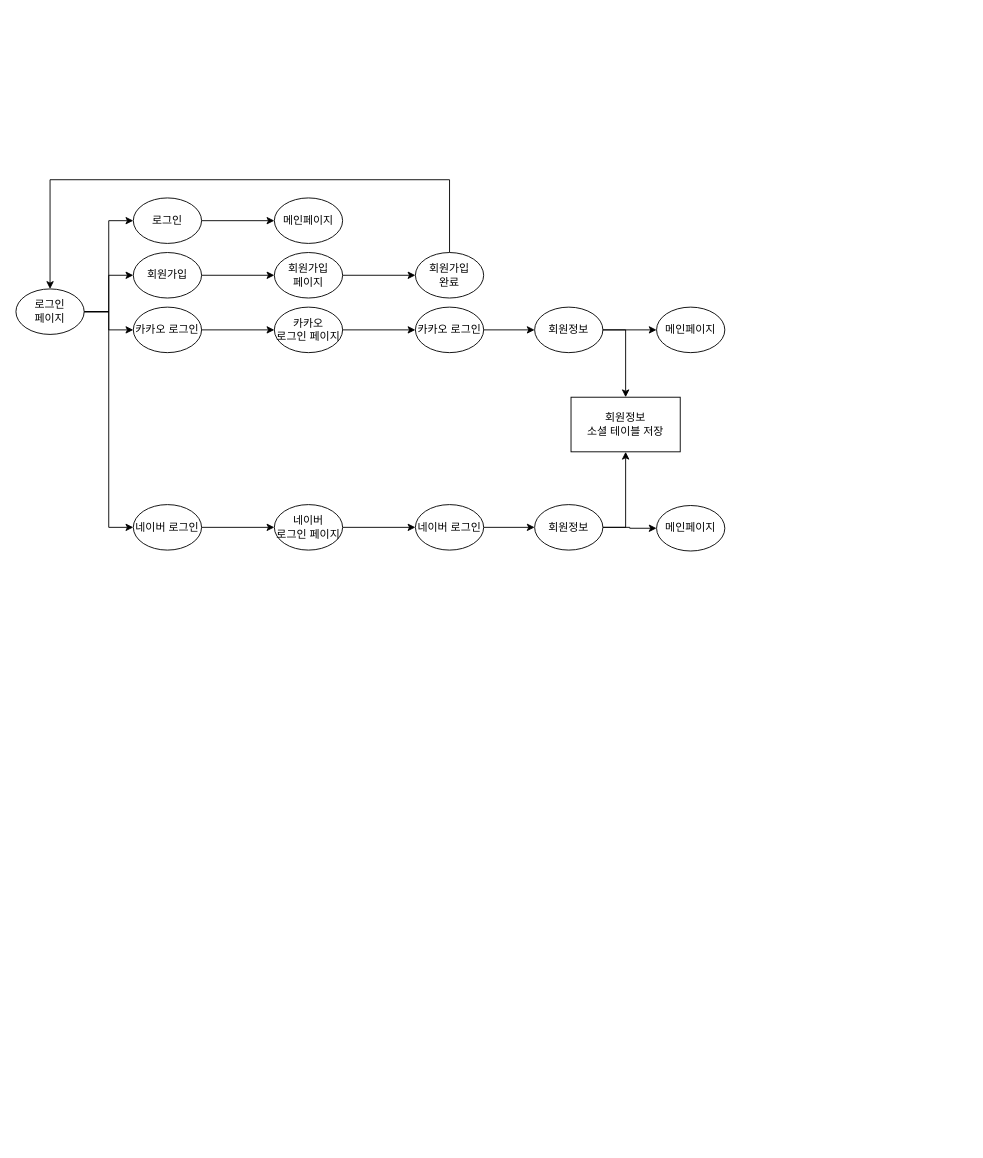
xxxx-jeung/diddenUml keeps this draw.io diagram as page "소셜 로그인" (2 of 5) of didden.drawio. Above is the earlier version. Source tidied: cells renumbered, new cells numbered last; positions are measured from the earlier drawing's top-left corner, leaving out a move shared by most shapes. Both pictures are drawn from the tidied source at 91%, with x=0, y=0 at pixel (15, 179).
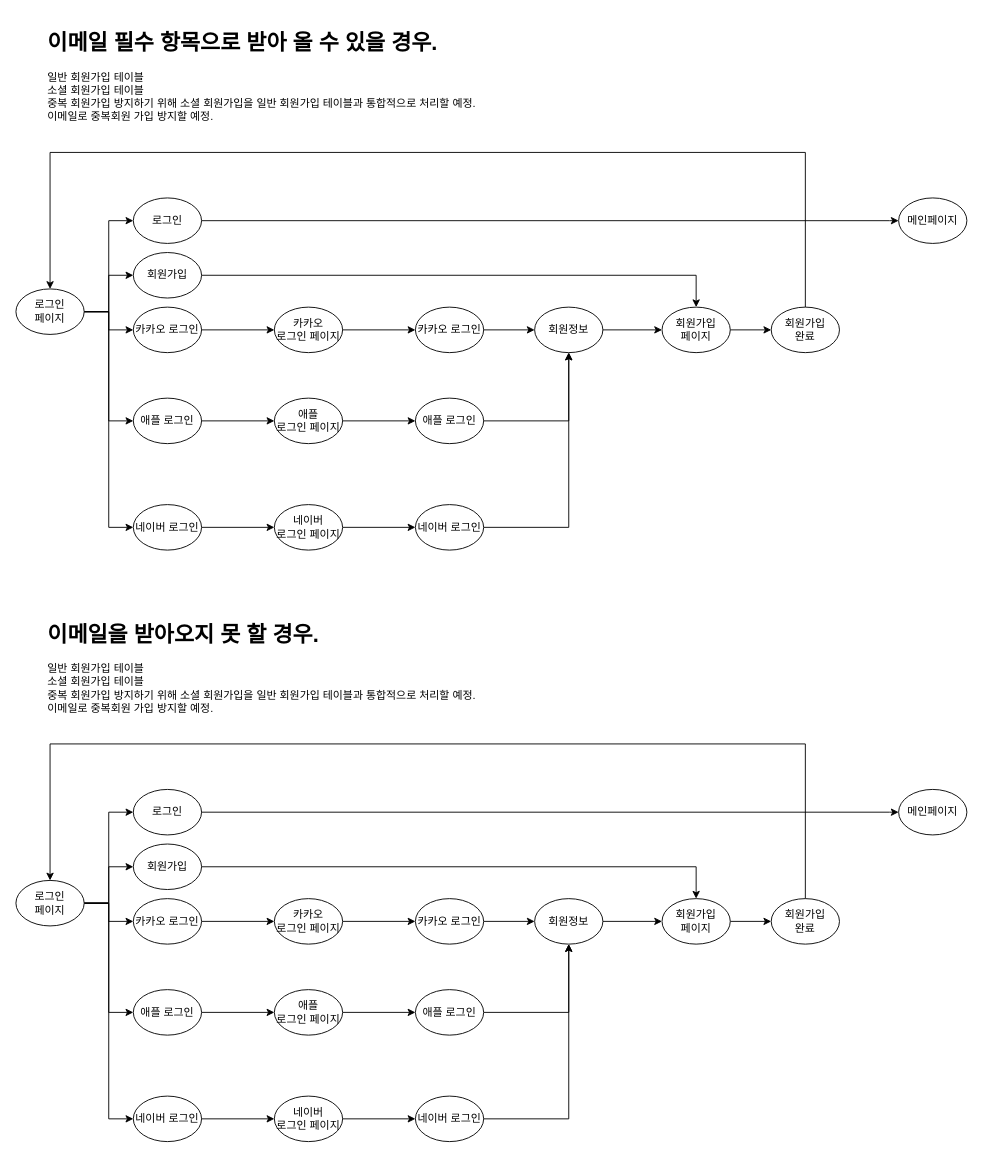
Above is the later version.

Unchanged cells that the change refers to:
```xml
<mxCell id="6" value="로그인&lt;br&gt;페이지" style="ellipse;whiteSpace=wrap;html=1;" parent="1" vertex="1">
  <mxGeometry y="120" width="75" height="50" as="geometry" />
</mxCell>
<mxCell id="8" value="로그인" style="ellipse;whiteSpace=wrap;html=1;" parent="1" vertex="1">
  <mxGeometry x="129" y="20" width="75" height="50" as="geometry" />
</mxCell>
<mxCell id="10" value="회원가입" style="ellipse;whiteSpace=wrap;html=1;" parent="1" vertex="1">
  <mxGeometry x="129" y="80" width="75" height="50" as="geometry" />
</mxCell>
<mxCell id="24" value="네이버 로그인" style="ellipse;whiteSpace=wrap;html=1;" parent="1" vertex="1">
  <mxGeometry x="439" y="357" width="75" height="50" as="geometry" />
</mxCell>
<mxCell id="32" value="회원정보" style="ellipse;whiteSpace=wrap;html=1;" parent="1" vertex="1">
  <mxGeometry x="570" y="140" width="75" height="50" as="geometry" />
</mxCell>
```

Diff of the diagram source:
```diff
@@
+    <mxCell id="37" style="edgeStyle=orthogonalEdgeStyle;rounded=0;jettySize=auto;html=1;exitX=1;exitY=0.5;exitDx=0;exitDy=0;entryX=0;entryY=0.5;entryDx=0;entryDy=0;" parent="1" edge="1" source="6" target="44">
+      <mxGeometry relative="1" as="geometry" />
+    </mxCell>
@@
-    <mxCell id="7" style="edgeStyle=orthogonalEdgeStyle;rounded=0;jettySize=auto;html=1;" parent="1" edge="1" source="8" target="26">
-      <mxGeometry relative="1" as="geometry" />
-    </mxCell>
+    <mxCell id="38" style="edgeStyle=orthogonalEdgeStyle;rounded=0;jettySize=auto;html=1;entryX=0;entryY=0.5;entryDx=0;entryDy=0;" parent="1" edge="1" source="8" target="20">
+      <mxGeometry relative="1" as="geometry">
+        <Array as="points">
+          <mxPoint x="960" y="45" />
+        </Array>
+      </mxGeometry>
+    </mxCell>
@@
-    <mxCell id="9" style="edgeStyle=orthogonalEdgeStyle;rounded=0;jettySize=auto;html=1;" parent="1" edge="1" source="10" target="28">
-      <mxGeometry relative="1" as="geometry" />
-    </mxCell>
+    <mxCell id="39" style="edgeStyle=orthogonalEdgeStyle;rounded=0;jettySize=auto;html=1;" parent="1" edge="1" source="10" target="50">
+      <mxGeometry relative="1" as="geometry" />
+    </mxCell>
@@
-    <mxCell id="17" style="edgeStyle=orthogonalEdgeStyle;rounded=0;jettySize=auto;html=1;exitX=1;exitY=0.5;exitDx=0;exitDy=0;" parent="1" edge="1" source="32" target="20">
-      <mxGeometry relative="1" as="geometry" />
-    </mxCell>
@@
     <mxCell id="20" value="메인페이지" style="ellipse;whiteSpace=wrap;html=1;" parent="1" vertex="1">
-      <mxGeometry x="704" y="140" width="75" height="50" as="geometry" />
+      <mxGeometry x="970" y="20" width="75" height="50" as="geometry" />
     </mxCell>
@@
-    <mxCell id="23" style="edgeStyle=orthogonalEdgeStyle;rounded=0;jettySize=auto;html=1;entryX=0;entryY=0.5;entryDx=0;entryDy=0;" parent="1" edge="1" source="24" target="35">
-      <mxGeometry relative="1" as="geometry" />
-    </mxCell>
+    <mxCell id="40" style="edgeStyle=orthogonalEdgeStyle;rounded=0;jettySize=auto;html=1;" parent="1" edge="1" source="24" target="32">
+      <mxGeometry relative="1" as="geometry" />
+    </mxCell>
@@
-    <mxCell id="25" value="메인페이지" style="ellipse;whiteSpace=wrap;html=1;" parent="1" vertex="1">
-      <mxGeometry x="704" y="358" width="75" height="50" as="geometry" />
-    </mxCell>
-    <mxCell id="26" value="메인페이지" style="ellipse;whiteSpace=wrap;html=1;" parent="1" vertex="1">
-      <mxGeometry x="284" y="20" width="75" height="50" as="geometry" />
-    </mxCell>
-    <mxCell id="27" style="edgeStyle=orthogonalEdgeStyle;rounded=0;jettySize=auto;html=1;" parent="1" edge="1" source="28" target="30">
-      <mxGeometry relative="1" as="geometry" />
-    </mxCell>
-    <mxCell id="28" value="회원가입&lt;br&gt;페이지" style="ellipse;whiteSpace=wrap;html=1;" parent="1" vertex="1">
-      <mxGeometry x="284" y="80" width="75" height="50" as="geometry" />
-    </mxCell>
-    <mxCell id="29" style="edgeStyle=orthogonalEdgeStyle;rounded=0;jettySize=auto;html=1;entryX=0.5;entryY=0;entryDx=0;entryDy=0;" parent="1" edge="1" source="30" target="6">
-      <mxGeometry relative="1" as="geometry">
-        <Array as="points">
-          <mxPoint x="477" />
-          <mxPoint x="37" />
-        </Array>
-      </mxGeometry>
-    </mxCell>
-    <mxCell id="30" value="회원가입&lt;br&gt;완료" style="ellipse;whiteSpace=wrap;html=1;" parent="1" vertex="1">
-      <mxGeometry x="439" y="80" width="75" height="50" as="geometry" />
-    </mxCell>
-    <mxCell id="31" style="edgeStyle=orthogonalEdgeStyle;rounded=0;jettySize=auto;html=1;exitX=1;exitY=0.5;exitDx=0;exitDy=0;entryX=0.5;entryY=0;entryDx=0;entryDy=0;" parent="1" edge="1" source="32" target="36">
-      <mxGeometry relative="1" as="geometry" />
-    </mxCell>
+    <mxCell id="41" style="edgeStyle=orthogonalEdgeStyle;rounded=0;jettySize=auto;html=1;" parent="1" edge="1" source="32" target="50">
+      <mxGeometry relative="1" as="geometry" />
+    </mxCell>
@@
-    <mxCell id="33" style="edgeStyle=orthogonalEdgeStyle;rounded=0;jettySize=auto;html=1;" parent="1" edge="1" source="35" target="25">
-      <mxGeometry relative="1" as="geometry" />
-    </mxCell>
-    <mxCell id="34" style="edgeStyle=orthogonalEdgeStyle;rounded=0;jettySize=auto;html=1;entryX=0.5;entryY=1;entryDx=0;entryDy=0;exitX=1;exitY=0.5;exitDx=0;exitDy=0;" parent="1" edge="1" source="35" target="36">
-      <mxGeometry relative="1" as="geometry" />
-    </mxCell>
+    <mxCell id="42" value="&lt;h1&gt;이메일 필수 항목으로 받아 올 수 있을 경우.&lt;/h1&gt;&lt;p&gt;일반 회원가입 테이블&amp;nbsp;&lt;br&gt;소셜 회원가입 테이블&lt;br&gt;중복 회원가입 방지하기 위해 소셜 회원가입을 일반 회원가입 테이블과 통합적으로 처리할 예정.&lt;br&gt;이메일로 중복회원 가입 방지할 예정.&lt;/p&gt;&lt;p&gt;&lt;br&gt;&lt;/p&gt;" style="text;html=1;strokeColor=none;fillColor=none;spacing=5;spacingTop=-20;whiteSpace=wrap;overflow=hidden;rounded=0;" parent="1" vertex="1">
+      <mxGeometry x="30" y="-170" width="510" height="170" as="geometry" />
+    </mxCell>
+    <mxCell id="43" style="edgeStyle=orthogonalEdgeStyle;rounded=0;jettySize=auto;html=1;" parent="1" edge="1" source="44" target="46">
+      <mxGeometry relative="1" as="geometry" />
+    </mxCell>
+    <mxCell id="44" value="애플 로그인" style="ellipse;whiteSpace=wrap;html=1;" parent="1" vertex="1">
+      <mxGeometry x="129" y="240" width="75" height="50" as="geometry" />
+    </mxCell>
+    <mxCell id="45" style="edgeStyle=orthogonalEdgeStyle;rounded=0;jettySize=auto;html=1;exitX=1;exitY=0.5;exitDx=0;exitDy=0;" parent="1" edge="1" source="46" target="48">
+      <mxGeometry relative="1" as="geometry" />
+    </mxCell>
+    <mxCell id="46" value="애플&lt;br&gt;로그인 페이지" style="ellipse;whiteSpace=wrap;html=1;" parent="1" vertex="1">
+      <mxGeometry x="284" y="240" width="75" height="50" as="geometry" />
+    </mxCell>
+    <mxCell id="47" style="edgeStyle=orthogonalEdgeStyle;rounded=0;jettySize=auto;html=1;" parent="1" edge="1" source="48" target="32">
+      <mxGeometry relative="1" as="geometry" />
+    </mxCell>
+    <mxCell id="48" value="애플 로그인" style="ellipse;whiteSpace=wrap;html=1;" parent="1" vertex="1">
+      <mxGeometry x="439" y="240" width="75" height="50" as="geometry" />
+    </mxCell>
+    <mxCell id="49" style="edgeStyle=orthogonalEdgeStyle;rounded=0;jettySize=auto;html=1;" parent="1" edge="1" source="50" target="52">
+      <mxGeometry relative="1" as="geometry" />
+    </mxCell>
+    <mxCell id="50" value="회원가입&lt;br&gt;페이지" style="ellipse;whiteSpace=wrap;html=1;" parent="1" vertex="1">
+      <mxGeometry x="710" y="140" width="75" height="50" as="geometry" />
+    </mxCell>
+    <mxCell id="51" style="edgeStyle=orthogonalEdgeStyle;rounded=0;jettySize=auto;html=1;entryX=0.5;entryY=0;entryDx=0;entryDy=0;" parent="1" edge="1" source="52" target="6">
+      <mxGeometry relative="1" as="geometry">
+        <Array as="points">
+          <mxPoint x="868" y="-30" />
+          <mxPoint x="38" y="-30" />
+        </Array>
+      </mxGeometry>
+    </mxCell>
+    <mxCell id="52" value="회원가입&lt;br&gt;완료" style="ellipse;whiteSpace=wrap;html=1;" parent="1" vertex="1">
+      <mxGeometry x="830" y="140" width="75" height="50" as="geometry" />
+    </mxCell>
+    <mxCell id="53" style="edgeStyle=orthogonalEdgeStyle;rounded=0;jettySize=auto;html=1;" parent="1" edge="1" source="58" target="64">
+      <mxGeometry relative="1" as="geometry" />
+    </mxCell>
+    <mxCell id="54" style="edgeStyle=orthogonalEdgeStyle;rounded=0;jettySize=auto;html=1;entryX=0;entryY=0.5;entryDx=0;entryDy=0;" parent="1" edge="1" source="58" target="60">
+      <mxGeometry relative="1" as="geometry" />
+    </mxCell>
+    <mxCell id="55" style="edgeStyle=orthogonalEdgeStyle;rounded=0;jettySize=auto;html=1;" parent="1" edge="1" source="58" target="62">
+      <mxGeometry relative="1" as="geometry" />
+    </mxCell>
+    <mxCell id="56" style="edgeStyle=orthogonalEdgeStyle;rounded=0;jettySize=auto;html=1;entryX=0;entryY=0.5;entryDx=0;entryDy=0;" parent="1" edge="1" source="58" target="66">
+      <mxGeometry relative="1" as="geometry" />
+    </mxCell>
+    <mxCell id="57" style="edgeStyle=orthogonalEdgeStyle;rounded=0;jettySize=auto;html=1;exitX=1;exitY=0.5;exitDx=0;exitDy=0;entryX=0;entryY=0.5;entryDx=0;entryDy=0;" parent="1" edge="1" source="58" target="79">
+      <mxGeometry relative="1" as="geometry" />
+    </mxCell>
+    <mxCell id="58" value="로그인&lt;br&gt;페이지" style="ellipse;whiteSpace=wrap;html=1;" parent="1" vertex="1">
+      <mxGeometry y="770" width="75" height="50" as="geometry" />
+    </mxCell>
+    <mxCell id="59" style="edgeStyle=orthogonalEdgeStyle;rounded=0;jettySize=auto;html=1;entryX=0;entryY=0.5;entryDx=0;entryDy=0;" parent="1" edge="1" source="60" target="71">
+      <mxGeometry relative="1" as="geometry">
+        <Array as="points">
+          <mxPoint x="960" y="695" />
+        </Array>
+      </mxGeometry>
+    </mxCell>
+    <mxCell id="60" value="로그인" style="ellipse;whiteSpace=wrap;html=1;" parent="1" vertex="1">
+      <mxGeometry x="129" y="670" width="75" height="50" as="geometry" />
+    </mxCell>
+    <mxCell id="61" style="edgeStyle=orthogonalEdgeStyle;rounded=0;jettySize=auto;html=1;" parent="1" edge="1" source="62" target="85">
+      <mxGeometry relative="1" as="geometry" />
+    </mxCell>
+    <mxCell id="62" value="회원가입" style="ellipse;whiteSpace=wrap;html=1;" parent="1" vertex="1">
+      <mxGeometry x="129" y="730" width="75" height="50" as="geometry" />
+    </mxCell>
+    <mxCell id="63" style="edgeStyle=orthogonalEdgeStyle;rounded=0;jettySize=auto;html=1;" parent="1" edge="1" source="64" target="68">
+      <mxGeometry relative="1" as="geometry" />
+    </mxCell>
+    <mxCell id="64" value="카카오 로그인" style="ellipse;whiteSpace=wrap;html=1;" parent="1" vertex="1">
+      <mxGeometry x="129" y="790" width="75" height="50" as="geometry" />
+    </mxCell>
+    <mxCell id="65" style="edgeStyle=orthogonalEdgeStyle;rounded=0;jettySize=auto;html=1;" parent="1" edge="1" source="66" target="73">
+      <mxGeometry relative="1" as="geometry" />
+    </mxCell>
+    <mxCell id="66" value="네이버 로그인" style="ellipse;whiteSpace=wrap;html=1;" parent="1" vertex="1">
+      <mxGeometry x="129" y="1007" width="75" height="50" as="geometry" />
+    </mxCell>
+    <mxCell id="67" style="edgeStyle=orthogonalEdgeStyle;rounded=0;jettySize=auto;html=1;" parent="1" edge="1" source="68" target="70">
+      <mxGeometry relative="1" as="geometry" />
+    </mxCell>
+    <mxCell id="68" value="카카오&lt;br&gt;로그인 페이지" style="ellipse;whiteSpace=wrap;html=1;" parent="1" vertex="1">
+      <mxGeometry x="284" y="790" width="75" height="50" as="geometry" />
+    </mxCell>
+    <mxCell id="69" style="edgeStyle=orthogonalEdgeStyle;rounded=0;jettySize=auto;html=1;" parent="1" edge="1" source="70" target="35">
+      <mxGeometry relative="1" as="geometry" />
+    </mxCell>
+    <mxCell id="70" value="카카오 로그인" style="ellipse;whiteSpace=wrap;html=1;" parent="1" vertex="1">
+      <mxGeometry x="439" y="790" width="75" height="50" as="geometry" />
+    </mxCell>
+    <mxCell id="71" value="메인페이지" style="ellipse;whiteSpace=wrap;html=1;" parent="1" vertex="1">
+      <mxGeometry x="970" y="670" width="75" height="50" as="geometry" />
+    </mxCell>
+    <mxCell id="72" style="edgeStyle=orthogonalEdgeStyle;rounded=0;jettySize=auto;html=1;" parent="1" edge="1" source="73" target="75">
+      <mxGeometry relative="1" as="geometry" />
+    </mxCell>
+    <mxCell id="73" value="네이버&lt;br&gt;로그인 페이지" style="ellipse;whiteSpace=wrap;html=1;" parent="1" vertex="1">
+      <mxGeometry x="284" y="1007" width="75" height="50" as="geometry" />
+    </mxCell>
+    <mxCell id="74" style="edgeStyle=orthogonalEdgeStyle;rounded=0;jettySize=auto;html=1;" parent="1" edge="1" source="75" target="35">
+      <mxGeometry relative="1" as="geometry" />
+    </mxCell>
+    <mxCell id="75" value="네이버 로그인" style="ellipse;whiteSpace=wrap;html=1;" parent="1" vertex="1">
+      <mxGeometry x="439" y="1007" width="75" height="50" as="geometry" />
+    </mxCell>
+    <mxCell id="76" style="edgeStyle=orthogonalEdgeStyle;rounded=0;jettySize=auto;html=1;" parent="1" edge="1" source="35" target="85">
+      <mxGeometry relative="1" as="geometry" />
+    </mxCell>
     <mxCell id="35" value="회원정보" style="ellipse;whiteSpace=wrap;html=1;" parent="1" vertex="1">
-      <mxGeometry x="570" y="357" width="75" height="50" as="geometry" />
+      <mxGeometry x="570" y="790" width="75" height="50" as="geometry" />
     </mxCell>
-    <mxCell id="36" value="회원정보 &lt;br&gt;소셜 테이블 저장" style="rounded=0;whiteSpace=wrap;html=1;" parent="1" vertex="1">
-      <mxGeometry x="610" y="239" width="120" height="60" as="geometry" />
-    </mxCell>
+    <mxCell id="77" value="&lt;h1&gt;이메일을 받아오지 못 할 경우.&lt;/h1&gt;&lt;p&gt;일반 회원가입 테이블&amp;nbsp;&lt;br&gt;소셜 회원가입 테이블&lt;br&gt;중복 회원가입 방지하기 위해 소셜 회원가입을 일반 회원가입 테이블과 통합적으로 처리할 예정.&lt;br&gt;이메일로 중복회원 가입 방지할 예정.&lt;/p&gt;&lt;p&gt;&lt;br&gt;&lt;/p&gt;" style="text;html=1;strokeColor=none;fillColor=none;spacing=5;spacingTop=-20;whiteSpace=wrap;overflow=hidden;rounded=0;" parent="1" vertex="1">
+      <mxGeometry x="30" y="480" width="510" height="170" as="geometry" />
+    </mxCell>
+    <mxCell id="78" style="edgeStyle=orthogonalEdgeStyle;rounded=0;jettySize=auto;html=1;" parent="1" edge="1" source="79" target="81">
+      <mxGeometry relative="1" as="geometry" />
+    </mxCell>
+    <mxCell id="79" value="애플 로그인" style="ellipse;whiteSpace=wrap;html=1;" parent="1" vertex="1">
+      <mxGeometry x="129" y="890" width="75" height="50" as="geometry" />
+    </mxCell>
+    <mxCell id="80" style="edgeStyle=orthogonalEdgeStyle;rounded=0;jettySize=auto;html=1;exitX=1;exitY=0.5;exitDx=0;exitDy=0;" parent="1" edge="1" source="81" target="83">
+      <mxGeometry relative="1" as="geometry" />
+    </mxCell>
+    <mxCell id="81" value="애플&lt;br&gt;로그인 페이지" style="ellipse;whiteSpace=wrap;html=1;" parent="1" vertex="1">
+      <mxGeometry x="284" y="890" width="75" height="50" as="geometry" />
+    </mxCell>
+    <mxCell id="82" style="edgeStyle=orthogonalEdgeStyle;rounded=0;jettySize=auto;html=1;" parent="1" edge="1" source="83" target="35">
+      <mxGeometry relative="1" as="geometry" />
+    </mxCell>
+    <mxCell id="83" value="애플 로그인" style="ellipse;whiteSpace=wrap;html=1;" parent="1" vertex="1">
+      <mxGeometry x="439" y="890" width="75" height="50" as="geometry" />
+    </mxCell>
+    <mxCell id="84" style="edgeStyle=orthogonalEdgeStyle;rounded=0;jettySize=auto;html=1;" parent="1" edge="1" source="85" target="87">
+      <mxGeometry relative="1" as="geometry" />
+    </mxCell>
+    <mxCell id="85" value="회원가입&lt;br&gt;페이지" style="ellipse;whiteSpace=wrap;html=1;" parent="1" vertex="1">
+      <mxGeometry x="710" y="790" width="75" height="50" as="geometry" />
+    </mxCell>
+    <mxCell id="86" style="edgeStyle=orthogonalEdgeStyle;rounded=0;jettySize=auto;html=1;entryX=0.5;entryY=0;entryDx=0;entryDy=0;" parent="1" edge="1" source="87" target="58">
+      <mxGeometry relative="1" as="geometry">
+        <Array as="points">
+          <mxPoint x="868" y="620" />
+          <mxPoint x="38" y="620" />
+        </Array>
+      </mxGeometry>
+    </mxCell>
+    <mxCell id="87" value="회원가입&lt;br&gt;완료" style="ellipse;whiteSpace=wrap;html=1;" parent="1" vertex="1">
+      <mxGeometry x="830" y="790" width="75" height="50" as="geometry" />
+    </mxCell>
```
